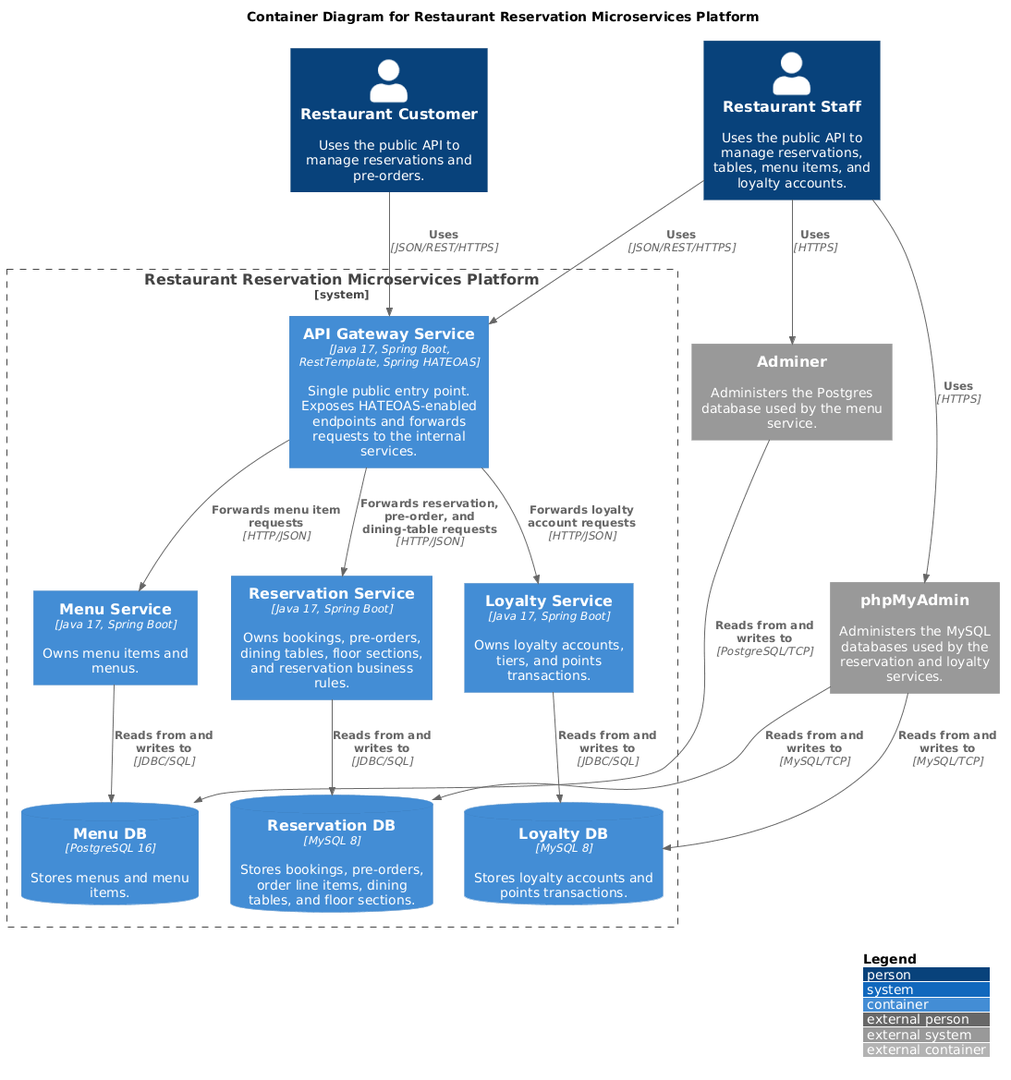
Above: diagrams/C4_Level2_container.png in Gvxng/restaurant-reservation (PlantUML), before the change. Its diagram source:
```plantuml
@startuml
!include https://raw.githubusercontent.com/plantuml-stdlib/C4-PlantUML/master/C4_Container.puml
LAYOUT_WITH_LEGEND()

title Container Diagram for Restaurant Reservation Microservices Platform

Person(customer, "Restaurant Customer", "Uses the public API to manage reservations and pre-orders.")
Person(staff, "Restaurant Staff", "Uses the public API to manage reservations, tables, menu items, and loyalty accounts.")

System_Ext(mysql_admin, "phpMyAdmin", "Administers the MySQL databases used by the reservation and loyalty services.")
System_Ext(adminer, "Adminer", "Administers the Postgres database used by the menu service.")

System_Boundary(c1, "Restaurant Reservation Microservices Platform") {
    Container(api_gateway, "API Gateway Service", "Java 17, Spring Boot, RestTemplate, Spring HATEOAS", "Single public entry point. Exposes HATEOAS-enabled endpoints and forwards requests to the internal services.")

    Container(reservation_service, "Reservation Service", "Java 17, Spring Boot", "Owns bookings, pre-orders, dining tables, floor sections, and reservation business rules.")
    ContainerDb(reservation_db, "Reservation DB", "MySQL 8", "Stores bookings, pre-orders, order line items, dining tables, and floor sections.")

    Container(menu_service, "Menu Service", "Java 17, Spring Boot", "Owns menu items and menus.")
    ContainerDb(menu_db, "Menu DB", "PostgreSQL 16", "Stores menus and menu items.")

    Container(loyalty_service, "Loyalty Service", "Java 17, Spring Boot", "Owns loyalty accounts, tiers, and points transactions.")
    ContainerDb(loyalty_db, "Loyalty DB", "MySQL 8", "Stores loyalty accounts and points transactions.")
}

Rel(customer, api_gateway, "Uses", "JSON/REST/HTTPS")
Rel(staff, api_gateway, "Uses", "JSON/REST/HTTPS")

Rel(api_gateway, reservation_service, "Forwards reservation, pre-order, and dining-table requests", "HTTP/JSON")
Rel(api_gateway, menu_service, "Forwards menu item requests", "HTTP/JSON")
Rel(api_gateway, loyalty_service, "Forwards loyalty account requests", "HTTP/JSON")

Rel_D(reservation_service, reservation_db, "Reads from and writes to", "JDBC/SQL")
Rel_D(menu_service, menu_db, "Reads from and writes to", "JDBC/SQL")
Rel_D(loyalty_service, loyalty_db, "Reads from and writes to", "JDBC/SQL")

Rel(staff, mysql_admin, "Uses", "HTTPS")
Rel(staff, adminer, "Uses", "HTTPS")
Rel(mysql_admin, reservation_db, "Reads from and writes to", "MySQL/TCP")
Rel(mysql_admin, loyalty_db, "Reads from and writes to", "MySQL/TCP")
Rel(adminer, menu_db, "Reads from and writes to", "PostgreSQL/TCP")
@enduml
```
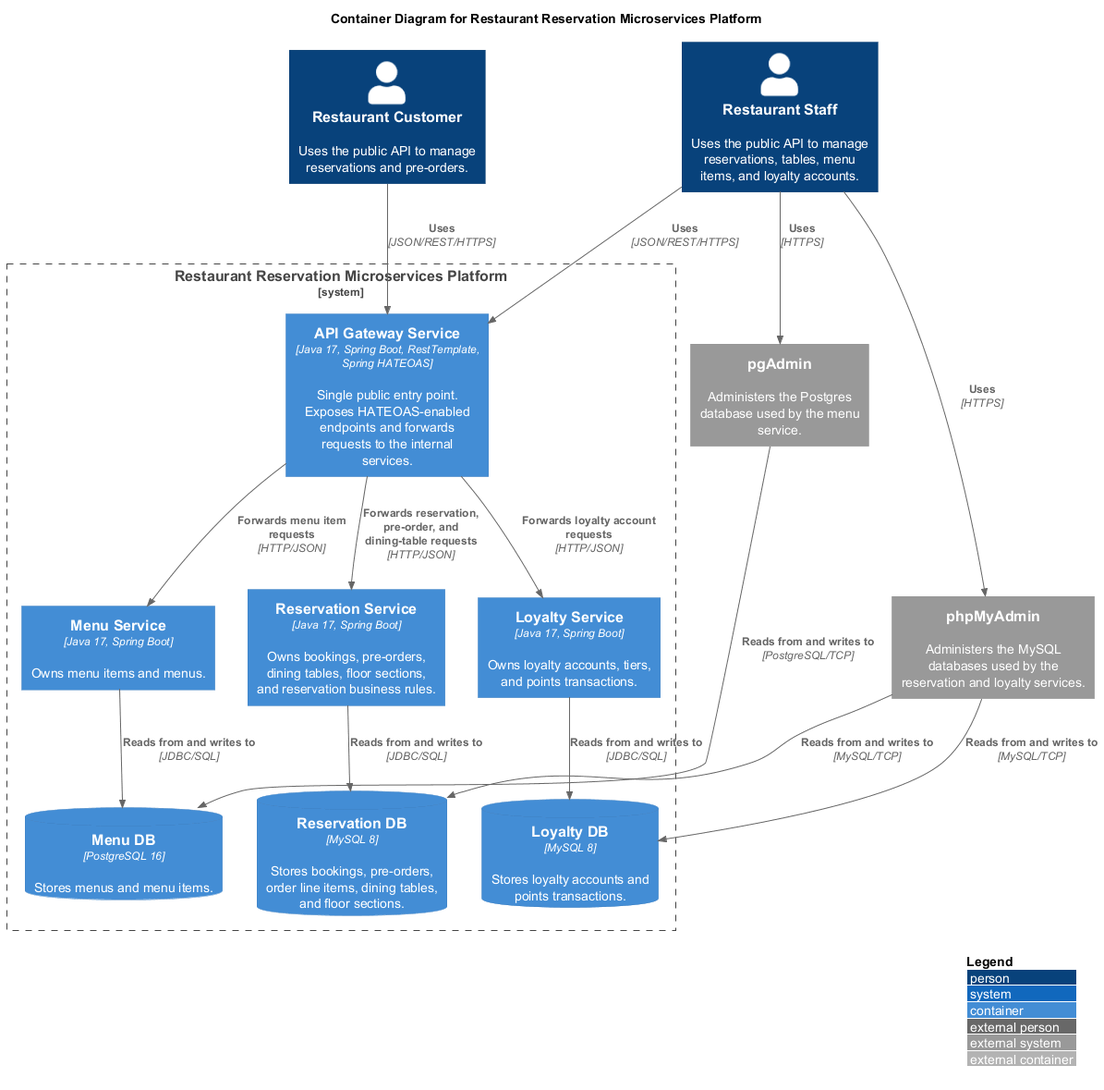
After the commit.

The edit, as a diff of the source:
```diff
@@ -8,7 +8,7 @@
 Person(staff, "Restaurant Staff", "Uses the public API to manage reservations, tables, menu items, and loyalty accounts.")
 
 System_Ext(mysql_admin, "phpMyAdmin", "Administers the MySQL databases used by the reservation and loyalty services.")
-System_Ext(adminer, "Adminer", "Administers the Postgres database used by the menu service.")
+System_Ext(pgadmin, "pgAdmin", "Administers the Postgres database used by the menu service.")
 
 System_Boundary(c1, "Restaurant Reservation Microservices Platform") {
     Container(api_gateway, "API Gateway Service", "Java 17, Spring Boot, RestTemplate, Spring HATEOAS", "Single public entry point. Exposes HATEOAS-enabled endpoints and forwards requests to the internal services.")
@@ -35,8 +35,9 @@
 Rel_D(loyalty_service, loyalty_db, "Reads from and writes to", "JDBC/SQL")
 
 Rel(staff, mysql_admin, "Uses", "HTTPS")
-Rel(staff, adminer, "Uses", "HTTPS")
+Rel(staff, pgadmin, "Uses", "HTTPS")
 Rel(mysql_admin, reservation_db, "Reads from and writes to", "MySQL/TCP")
 Rel(mysql_admin, loyalty_db, "Reads from and writes to", "MySQL/TCP")
-Rel(adminer, menu_db, "Reads from and writes to", "PostgreSQL/TCP")
+Rel(pgadmin, menu_db, "Reads from and writes to", "PostgreSQL/TCP")
+
 @enduml
```
